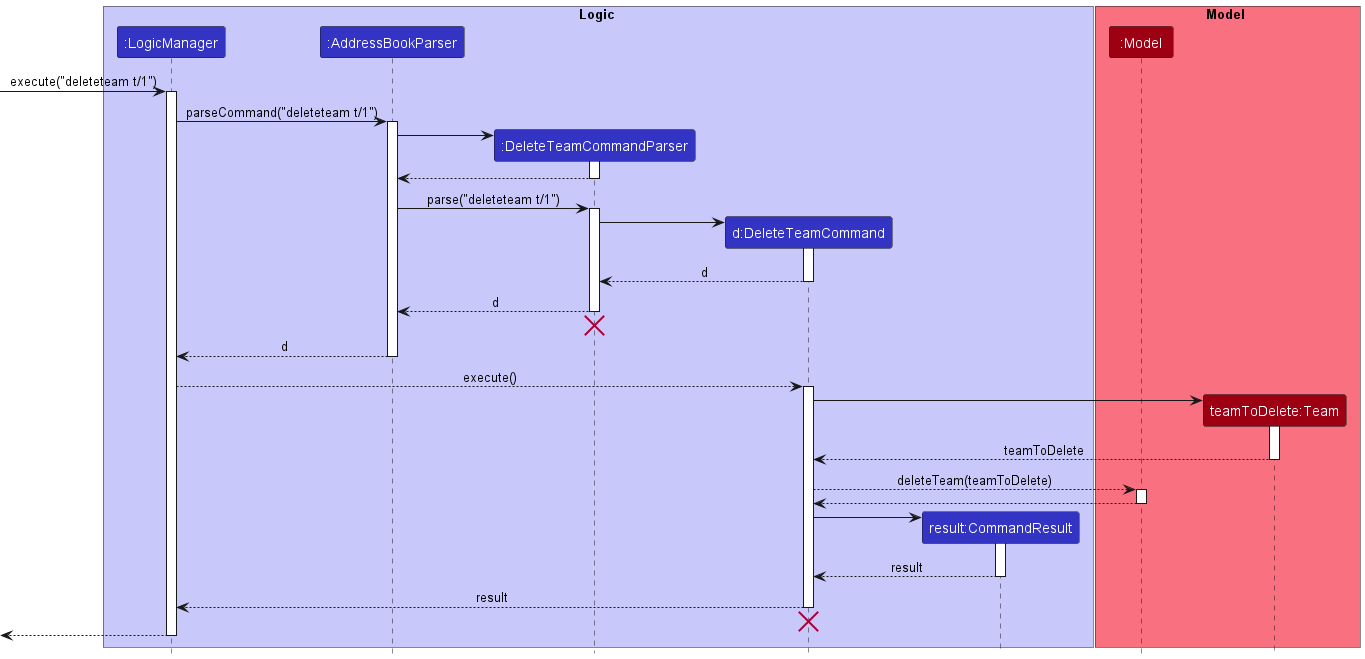
The PlantUML diagram docs/images/DeleteTeamSequenceDiagram.png in nus-cs2103-AY2223S1/tp, before a commit. The source it was exported from:
```plantuml
@startuml
!include style.puml

box Logic LOGIC_COLOR_T1
participant ":LogicManager" as LogicManager LOGIC_COLOR
participant ":AddressBookParser" as AddressBookParser LOGIC_COLOR
participant ":DeleteTeamCommandParser" as DeleteTeamCommandParser LOGIC_COLOR
participant "d:DeleteTeamCommand" as DeleteTeamCommand LOGIC_COLOR
participant "result:CommandResult" as CommandResult LOGIC_COLOR
end box

box Model MODEL_COLOR_T1
participant ":Model" as Model MODEL_COLOR
participant "teamToDelete:Team" as Team MODEL_COLOR
end box

[-> LogicManager : execute("deleteteam t/1")
activate LogicManager

LogicManager -> AddressBookParser : parseCommand("deleteteam t/1")
activate AddressBookParser

create DeleteTeamCommandParser
AddressBookParser -> DeleteTeamCommandParser
activate DeleteTeamCommandParser

DeleteTeamCommandParser --> AddressBookParser
deactivate DeleteTeamCommandParser

AddressBookParser -> DeleteTeamCommandParser : parse("deleteteam t/1")
activate DeleteTeamCommandParser

create DeleteTeamCommand
DeleteTeamCommandParser -> DeleteTeamCommand
activate DeleteTeamCommand

DeleteTeamCommand --> DeleteTeamCommandParser : d
deactivate DeleteTeamCommand

DeleteTeamCommandParser --> AddressBookParser : d
deactivate DeleteTeamCommandParser

DeleteTeamCommandParser -[hidden]-> AddressBookParser
destroy DeleteTeamCommandParser

AddressBookParser --> LogicManager : d
deactivate AddressBookParser

LogicManager --> DeleteTeamCommand : execute()
activate DeleteTeamCommand

create Team
DeleteTeamCommand -> Team
activate Team

Team --> DeleteTeamCommand : teamToDelete
deactivate Team

DeleteTeamCommand --> Model : deleteTeam(teamToDelete)
activate Model

Model --> DeleteTeamCommand
deactivate Model

create CommandResult
DeleteTeamCommand -> CommandResult
activate CommandResult


CommandResult --> DeleteTeamCommand : result
deactivate CommandResult

DeleteTeamCommand --> LogicManager : result
deactivate DeleteTeamCommand

DeleteTeamCommand -[hidden]-> LogicManager
destroy DeleteTeamCommand

[<--LogicManager
deactivate LogicManager

@enduml
```
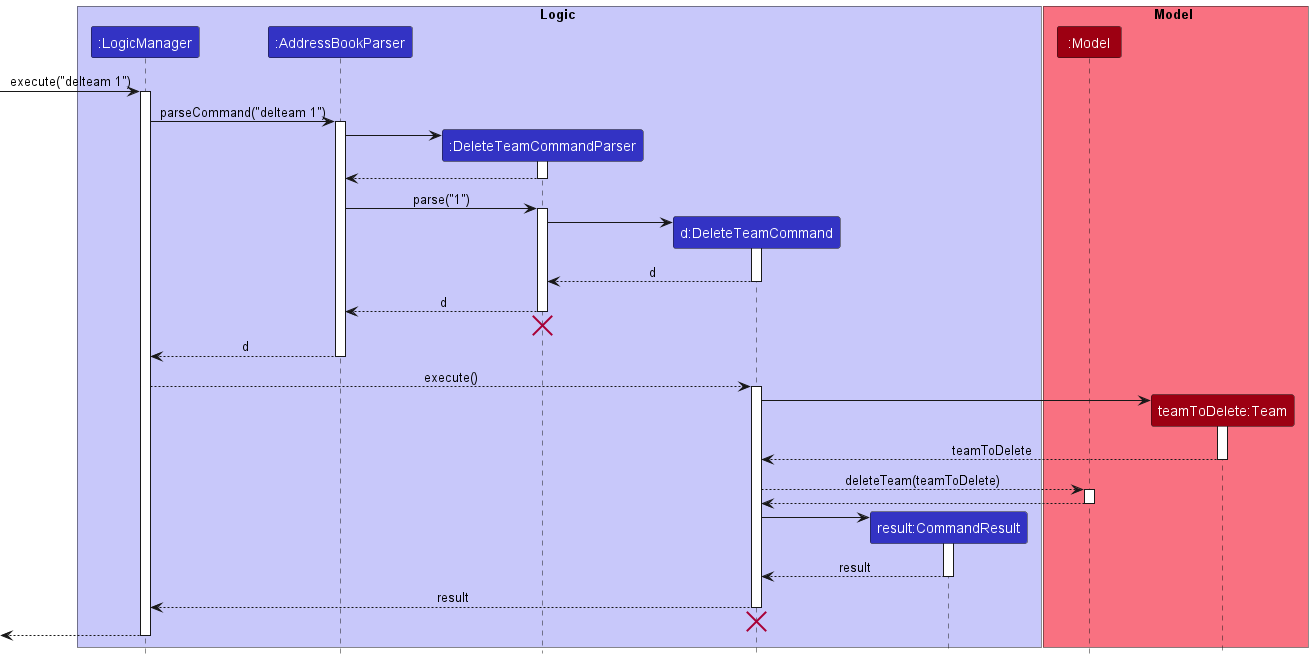
Later version of the same file.

What changed in the source:
```diff
@@ -14,10 +14,10 @@
 participant "teamToDelete:Team" as Team MODEL_COLOR
 end box
 
-[-> LogicManager : execute("deleteteam t/1")
+[-> LogicManager : execute("delteam 1")
 activate LogicManager
 
-LogicManager -> AddressBookParser : parseCommand("deleteteam t/1")
+LogicManager -> AddressBookParser : parseCommand("delteam 1")
 activate AddressBookParser
 
 create DeleteTeamCommandParser
@@ -27,7 +27,7 @@
 DeleteTeamCommandParser --> AddressBookParser
 deactivate DeleteTeamCommandParser
 
-AddressBookParser -> DeleteTeamCommandParser : parse("deleteteam t/1")
+AddressBookParser -> DeleteTeamCommandParser : parse("1")
 activate DeleteTeamCommandParser
 
 create DeleteTeamCommand
```
